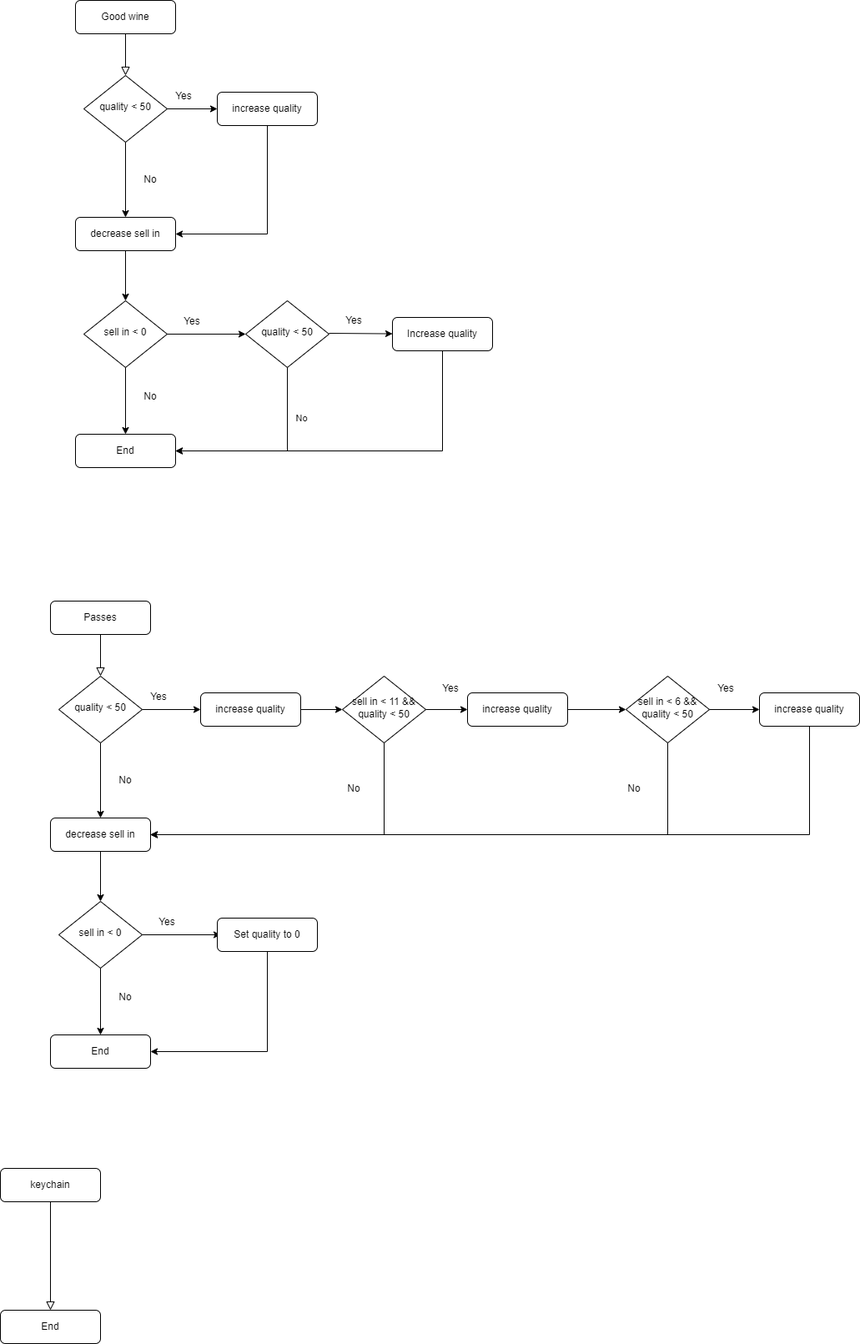
Earlier version of the draw.io export documentation/keychain.drawio.png (mpasterkamp/GildedTros). Source tidied: cells renumbered, new cells last; positions are measured from the earlier drawing's top-left corner, leaving out a move shared by most shapes.
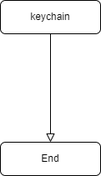
After the change.

What changed in the source:
```diff
@@ -1,219 +1,14 @@
 <mxGraphModel>
   <root>
-    <mxCell id="0" />
-    <mxCell id="1" parent="0" />
-    <mxCell id="2" style="rounded=0;html=1;jettySize=auto;fontSize=11;endArrow=block;endFill=0;endSize=8;strokeWidth=1;shadow=0;labelBackgroundColor=none;edgeStyle=orthogonalEdgeStyle;" parent="1" edge="1" source="3" target="4">
-      <mxGeometry relative="1" as="geometry" />
-    </mxCell>
-    <mxCell id="3" value="Good wine" style="rounded=1;whiteSpace=wrap;html=1;fontSize=12;glass=0;strokeWidth=1;shadow=0;" parent="1" vertex="1">
-      <mxGeometry x="90" width="120" height="40" as="geometry" />
-    </mxCell>
-    <mxCell id="4" value="quality &amp;lt; 50" style="rhombus;whiteSpace=wrap;html=1;shadow=0;fontFamily=Helvetica;fontSize=12;align=center;strokeWidth=1;spacing=6;spacingTop=-4;" parent="1" vertex="1">
-      <mxGeometry x="100" y="90" width="100" height="80" as="geometry" />
-    </mxCell>
-    <mxCell id="5" value="increase quality" style="rounded=1;whiteSpace=wrap;html=1;fontSize=12;glass=0;strokeWidth=1;shadow=0;" parent="1" vertex="1">
-      <mxGeometry x="260" y="110" width="120" height="40" as="geometry" />
-    </mxCell>
-    <mxCell id="6" value="decrease sell in" style="rounded=1;whiteSpace=wrap;html=1;fontSize=12;glass=0;strokeWidth=1;shadow=0;" parent="1" vertex="1">
-      <mxGeometry x="90" y="260" width="120" height="40" as="geometry" />
-    </mxCell>
-    <mxCell id="7" style="endArrow=classic;html=1;rounded=0;" parent="1" edge="1" source="5" target="6">
-      <mxGeometry relative="1" as="geometry">
-        <Array as="points">
-          <mxPoint x="320" y="280" />
-        </Array>
-      </mxGeometry>
-    </mxCell>
-    <mxCell id="8" value="sell in &amp;lt; 0" style="rhombus;whiteSpace=wrap;html=1;shadow=0;fontFamily=Helvetica;fontSize=12;align=center;strokeWidth=1;spacing=6;spacingTop=-4;" parent="1" vertex="1">
-      <mxGeometry x="100" y="360" width="100" height="80" as="geometry" />
-    </mxCell>
-    <mxCell id="9" style="endArrow=classic;html=1;rounded=0;" parent="1" edge="1" source="6" target="8">
-      <mxGeometry relative="1" as="geometry" />
-    </mxCell>
-    <mxCell id="10" style="endArrow=classic;html=1;rounded=0;" parent="1" edge="1" source="8" target="19">
-      <mxGeometry relative="1" as="geometry" />
-    </mxCell>
-    <mxCell id="11" style="endArrow=classic;html=1;rounded=0;" parent="1" edge="1" source="4" target="6">
-      <mxGeometry relative="1" as="geometry" />
-    </mxCell>
-    <mxCell id="12" style="endArrow=classic;html=1;rounded=0;" parent="1" edge="1" source="4" target="5">
-      <mxGeometry relative="1" as="geometry" />
-    </mxCell>
-    <mxCell id="13" value="No" style="text;html=1;strokeColor=none;fillColor=none;align=center;verticalAlign=middle;whiteSpace=wrap;rounded=0;" parent="1" vertex="1">
-      <mxGeometry x="150" y="200" width="60" height="30" as="geometry" />
-    </mxCell>
-    <mxCell id="14" value="Yes" style="text;html=1;strokeColor=none;fillColor=none;align=center;verticalAlign=middle;whiteSpace=wrap;rounded=0;" parent="1" vertex="1">
-      <mxGeometry x="190" y="100" width="60" height="30" as="geometry" />
-    </mxCell>
-    <mxCell id="15" value="No" style="text;html=1;strokeColor=none;fillColor=none;align=center;verticalAlign=middle;whiteSpace=wrap;rounded=0;" parent="1" vertex="1">
-      <mxGeometry x="150" y="460" width="60" height="30" as="geometry" />
-    </mxCell>
-    <mxCell id="16" style="endArrow=classic;html=1;rounded=0;" parent="1" edge="1" source="8" target="21">
-      <mxGeometry relative="1" as="geometry" />
-    </mxCell>
-    <mxCell id="17" value="Yes" style="text;html=1;strokeColor=none;fillColor=none;align=center;verticalAlign=middle;whiteSpace=wrap;rounded=0;" parent="1" vertex="1">
-      <mxGeometry x="200" y="370" width="60" height="30" as="geometry" />
-    </mxCell>
-    <mxCell id="18" value="Increase quality" style="rounded=1;whiteSpace=wrap;html=1;fontSize=12;glass=0;strokeWidth=1;shadow=0;" parent="1" vertex="1">
-      <mxGeometry x="470" y="380" width="120" height="40" as="geometry" />
-    </mxCell>
-    <mxCell id="19" value="End" style="rounded=1;whiteSpace=wrap;html=1;fontSize=12;glass=0;strokeWidth=1;shadow=0;" parent="1" vertex="1">
-      <mxGeometry x="90" y="520" width="120" height="40" as="geometry" />
-    </mxCell>
-    <mxCell id="20" style="endArrow=classic;html=1;rounded=0;" parent="1" edge="1" source="18" target="19">
-      <mxGeometry relative="1" as="geometry">
-        <Array as="points">
-          <mxPoint x="530" y="540" />
-        </Array>
-      </mxGeometry>
-    </mxCell>
-    <mxCell id="21" value="quality &amp;lt; 50" style="rhombus;whiteSpace=wrap;html=1;shadow=0;fontFamily=Helvetica;fontSize=12;align=center;strokeWidth=1;spacing=6;spacingTop=-4;" parent="1" vertex="1">
-      <mxGeometry x="294" y="360" width="100" height="80" as="geometry" />
-    </mxCell>
-    <mxCell id="22" style="endArrow=classic;html=1;rounded=0;" parent="1" edge="1" target="18">
-      <mxGeometry relative="1" as="geometry">
-        <mxPoint x="394" y="399" as="sourcePoint" />
-      </mxGeometry>
-    </mxCell>
-    <mxCell id="23" value="Yes" style="text;html=1;strokeColor=none;fillColor=none;align=center;verticalAlign=middle;whiteSpace=wrap;rounded=0;" parent="1" vertex="1">
-      <mxGeometry x="394" y="369" width="60" height="30" as="geometry" />
-    </mxCell>
-    <mxCell id="24" style="endArrow=classic;html=1;rounded=0;" parent="1" edge="1" source="21" target="19">
-      <mxGeometry relative="1" as="geometry">
-        <Array as="points">
-          <mxPoint x="344" y="540" />
-        </Array>
-      </mxGeometry>
-    </mxCell>
-    <mxCell id="25" value="No" style="edgeLabel;html=1;align=center;verticalAlign=middle;" parent="24" vertex="1">
-      <mxGeometry x="-0.4" y="1" relative="1" as="geometry">
-        <mxPoint x="15" y="-10" as="offset" />
-      </mxGeometry>
-    </mxCell>
-    <mxCell id="26" style="rounded=0;html=1;jettySize=auto;fontSize=11;endArrow=block;endFill=0;endSize=8;strokeWidth=1;shadow=0;labelBackgroundColor=none;edgeStyle=orthogonalEdgeStyle;" parent="1" edge="1" source="27" target="28">
-      <mxGeometry relative="1" as="geometry" />
-    </mxCell>
-    <mxCell id="27" value="Passes" style="rounded=1;whiteSpace=wrap;html=1;fontSize=12;glass=0;strokeWidth=1;shadow=0;" parent="1" vertex="1">
-      <mxGeometry x="60" y="720" width="120" height="40" as="geometry" />
-    </mxCell>
-    <mxCell id="28" value="quality &amp;lt; 50" style="rhombus;whiteSpace=wrap;html=1;shadow=0;fontFamily=Helvetica;fontSize=12;align=center;strokeWidth=1;spacing=6;spacingTop=-4;" parent="1" vertex="1">
-      <mxGeometry x="70" y="810" width="100" height="80" as="geometry" />
-    </mxCell>
-    <mxCell id="29" value="increase quality" style="rounded=1;whiteSpace=wrap;html=1;fontSize=12;glass=0;strokeWidth=1;shadow=0;" parent="1" vertex="1">
-      <mxGeometry x="240" y="830" width="120" height="40" as="geometry" />
-    </mxCell>
-    <mxCell id="30" value="decrease sell in" style="rounded=1;whiteSpace=wrap;html=1;fontSize=12;glass=0;strokeWidth=1;shadow=0;" parent="1" vertex="1">
-      <mxGeometry x="60" y="980" width="120" height="40" as="geometry" />
-    </mxCell>
-    <mxCell id="31" value="sell in &amp;lt; 0" style="rhombus;whiteSpace=wrap;html=1;shadow=0;fontFamily=Helvetica;fontSize=12;align=center;strokeWidth=1;spacing=6;spacingTop=-4;" parent="1" vertex="1">
-      <mxGeometry x="70" y="1080" width="100" height="80" as="geometry" />
-    </mxCell>
-    <mxCell id="32" style="endArrow=classic;html=1;rounded=0;" parent="1" edge="1" source="30" target="31">
-      <mxGeometry relative="1" as="geometry" />
-    </mxCell>
-    <mxCell id="33" style="endArrow=classic;html=1;rounded=0;" parent="1" edge="1" source="31" target="42">
-      <mxGeometry relative="1" as="geometry" />
-    </mxCell>
-    <mxCell id="34" style="endArrow=classic;html=1;rounded=0;" parent="1" edge="1" source="28" target="30">
-      <mxGeometry relative="1" as="geometry" />
-    </mxCell>
-    <mxCell id="35" style="endArrow=classic;html=1;rounded=0;" parent="1" edge="1" source="28" target="29">
-      <mxGeometry relative="1" as="geometry" />
-    </mxCell>
-    <mxCell id="36" value="No" style="text;html=1;strokeColor=none;fillColor=none;align=center;verticalAlign=middle;whiteSpace=wrap;rounded=0;" parent="1" vertex="1">
-      <mxGeometry x="120" y="920" width="60" height="30" as="geometry" />
-    </mxCell>
-    <mxCell id="37" value="Yes" style="text;html=1;strokeColor=none;fillColor=none;align=center;verticalAlign=middle;whiteSpace=wrap;rounded=0;" parent="1" vertex="1">
-      <mxGeometry x="160" y="820" width="60" height="30" as="geometry" />
-    </mxCell>
-    <mxCell id="38" value="No" style="text;html=1;strokeColor=none;fillColor=none;align=center;verticalAlign=middle;whiteSpace=wrap;rounded=0;" parent="1" vertex="1">
-      <mxGeometry x="120" y="1180" width="60" height="30" as="geometry" />
-    </mxCell>
-    <mxCell id="39" style="endArrow=classic;html=1;rounded=0;" parent="1" edge="1" source="31">
-      <mxGeometry relative="1" as="geometry">
-        <mxPoint x="264" y="1120" as="targetPoint" />
-      </mxGeometry>
-    </mxCell>
-    <mxCell id="40" value="Yes" style="text;html=1;strokeColor=none;fillColor=none;align=center;verticalAlign=middle;whiteSpace=wrap;rounded=0;" parent="1" vertex="1">
-      <mxGeometry x="170" y="1090" width="60" height="30" as="geometry" />
-    </mxCell>
-    <mxCell id="41" value="Set quality to 0" style="rounded=1;whiteSpace=wrap;html=1;fontSize=12;glass=0;strokeWidth=1;shadow=0;" parent="1" vertex="1">
-      <mxGeometry x="260" y="1100" width="120" height="40" as="geometry" />
-    </mxCell>
-    <mxCell id="42" value="End" style="rounded=1;whiteSpace=wrap;html=1;fontSize=12;glass=0;strokeWidth=1;shadow=0;" parent="1" vertex="1">
-      <mxGeometry x="60" y="1240" width="120" height="40" as="geometry" />
-    </mxCell>
-    <mxCell id="43" value="sell in &amp;lt; 11 &amp;amp;&amp;amp; quality &amp;lt; 50" style="rhombus;whiteSpace=wrap;html=1;shadow=0;fontFamily=Helvetica;fontSize=12;align=center;strokeWidth=1;spacing=6;spacingTop=-4;" parent="1" vertex="1">
-      <mxGeometry x="410" y="810" width="100" height="80" as="geometry" />
-    </mxCell>
-    <mxCell id="44" style="endArrow=classic;html=1;rounded=0;" parent="1" edge="1" source="29" target="43">
-      <mxGeometry relative="1" as="geometry" />
-    </mxCell>
-    <mxCell id="45" value="increase quality" style="rounded=1;whiteSpace=wrap;html=1;fontSize=12;glass=0;strokeWidth=1;shadow=0;" parent="1" vertex="1">
-      <mxGeometry x="560" y="830" width="120" height="40" as="geometry" />
-    </mxCell>
-    <mxCell id="46" style="endArrow=classic;html=1;rounded=0;" parent="1" edge="1" source="43" target="45">
-      <mxGeometry relative="1" as="geometry" />
-    </mxCell>
-    <mxCell id="47" value="Yes" style="text;html=1;strokeColor=none;fillColor=none;align=center;verticalAlign=middle;whiteSpace=wrap;rounded=0;" parent="1" vertex="1">
-      <mxGeometry x="510" y="810" width="60" height="30" as="geometry" />
-    </mxCell>
-    <mxCell id="48" value="sell in &amp;lt; 6 &amp;amp;&amp;amp; quality &amp;lt; 50" style="rhombus;whiteSpace=wrap;html=1;shadow=0;fontFamily=Helvetica;fontSize=12;align=center;strokeWidth=1;spacing=6;spacingTop=-4;" parent="1" vertex="1">
-      <mxGeometry x="750" y="810" width="100" height="80" as="geometry" />
-    </mxCell>
-    <mxCell id="49" style="endArrow=classic;html=1;rounded=0;" parent="1" edge="1" source="45" target="48">
-      <mxGeometry relative="1" as="geometry" />
-    </mxCell>
-    <mxCell id="50" value="Yes" style="text;html=1;strokeColor=none;fillColor=none;align=center;verticalAlign=middle;whiteSpace=wrap;rounded=0;" parent="1" vertex="1">
-      <mxGeometry x="840" y="810" width="60" height="30" as="geometry" />
-    </mxCell>
-    <mxCell id="51" value="increase quality" style="rounded=1;whiteSpace=wrap;html=1;fontSize=12;glass=0;strokeWidth=1;shadow=0;" parent="1" vertex="1">
-      <mxGeometry x="910" y="830" width="120" height="40" as="geometry" />
-    </mxCell>
-    <mxCell id="52" style="endArrow=classic;html=1;rounded=0;" parent="1" edge="1" source="48" target="51">
-      <mxGeometry relative="1" as="geometry" />
-    </mxCell>
-    <mxCell id="53" style="endArrow=classic;html=1;rounded=0;" parent="1" edge="1" source="43" target="30">
-      <mxGeometry relative="1" as="geometry">
-        <Array as="points">
-          <mxPoint x="460" y="1000" />
-        </Array>
-      </mxGeometry>
-    </mxCell>
-    <mxCell id="54" value="No" style="text;html=1;strokeColor=none;fillColor=none;align=center;verticalAlign=middle;whiteSpace=wrap;rounded=0;" parent="1" vertex="1">
-      <mxGeometry x="394" y="930" width="60" height="30" as="geometry" />
-    </mxCell>
-    <mxCell id="55" style="endArrow=classic;html=1;rounded=0;" parent="1" edge="1" source="48" target="30">
-      <mxGeometry relative="1" as="geometry">
-        <Array as="points">
-          <mxPoint x="800" y="1000" />
-        </Array>
-      </mxGeometry>
-    </mxCell>
-    <mxCell id="56" value="No" style="text;html=1;strokeColor=none;fillColor=none;align=center;verticalAlign=middle;whiteSpace=wrap;rounded=0;" parent="1" vertex="1">
-      <mxGeometry x="730" y="930" width="60" height="30" as="geometry" />
-    </mxCell>
-    <mxCell id="57" style="endArrow=classic;html=1;rounded=0;" parent="1" edge="1" source="51" target="30">
-      <mxGeometry relative="1" as="geometry">
-        <Array as="points">
-          <mxPoint x="970" y="1000" />
-        </Array>
-      </mxGeometry>
-    </mxCell>
-    <mxCell id="58" style="endArrow=classic;html=1;rounded=0;" parent="1" edge="1" source="41" target="42">
-      <mxGeometry relative="1" as="geometry">
-        <Array as="points">
-          <mxPoint x="320" y="1260" />
-        </Array>
-      </mxGeometry>
-    </mxCell>
+    <mxCell id="62" />
+    <mxCell id="63" parent="62" />
-    <mxCell id="59" style="rounded=0;html=1;jettySize=auto;fontSize=11;endArrow=block;endFill=0;endSize=8;strokeWidth=1;shadow=0;labelBackgroundColor=none;edgeStyle=orthogonalEdgeStyle;" parent="1" edge="1" source="60" target="61">
+    <mxCell id="59" style="rounded=0;html=1;jettySize=auto;fontSize=11;endArrow=block;endFill=0;endSize=8;strokeWidth=1;shadow=0;labelBackgroundColor=none;edgeStyle=orthogonalEdgeStyle;" parent="63" edge="1" source="60" target="61">
       <mxGeometry relative="1" as="geometry" />
     </mxCell>
-    <mxCell id="60" value="keychain" style="rounded=1;whiteSpace=wrap;html=1;fontSize=12;glass=0;strokeWidth=1;shadow=0;" parent="1" vertex="1">
+    <mxCell id="60" value="keychain" style="rounded=1;whiteSpace=wrap;html=1;fontSize=12;glass=0;strokeWidth=1;shadow=0;" parent="63" vertex="1">
       <mxGeometry y="1400" width="120" height="40" as="geometry" />
     </mxCell>
-    <mxCell id="61" value="End" style="rounded=1;whiteSpace=wrap;html=1;fontSize=12;glass=0;strokeWidth=1;shadow=0;" parent="1" vertex="1">
+    <mxCell id="61" value="End" style="rounded=1;whiteSpace=wrap;html=1;fontSize=12;glass=0;strokeWidth=1;shadow=0;" parent="63" vertex="1">
       <mxGeometry y="1570" width="120" height="40" as="geometry" />
     </mxCell>
   </root>
```
